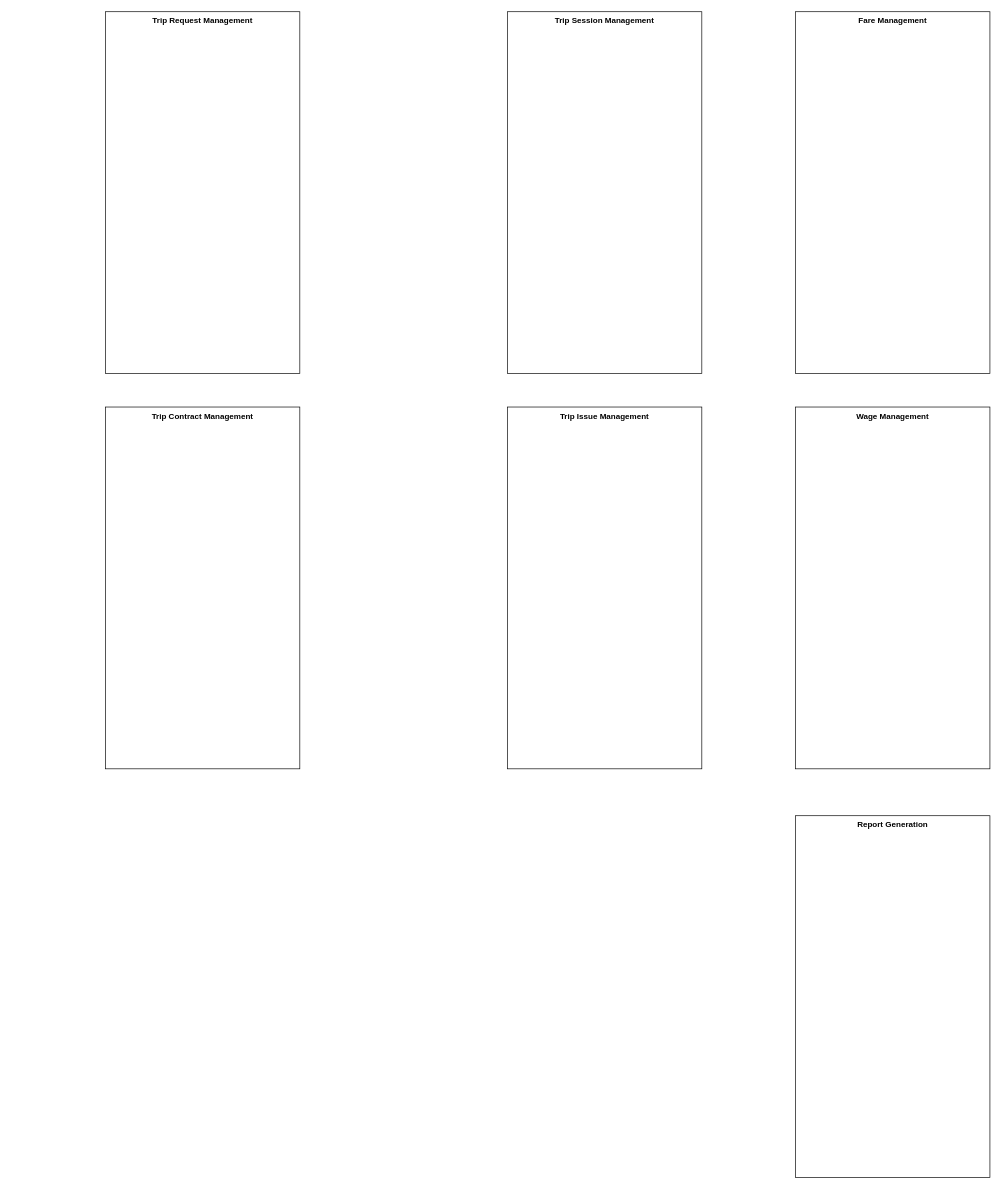
This is page "Page-2" (2 of 2) of Untitled Diagram.drawio from mypark3424/AbstractFactoryChallenge, a draw.io file, before an edit. Source tidied: cells renumbered, new cells numbered last; positions are measured from the earlier drawing's top-left corner, leaving out a move shared by most shapes. Both pictures are drawn from the tidied source at 67%, with x=0, y=0 at pixel (105, 11).
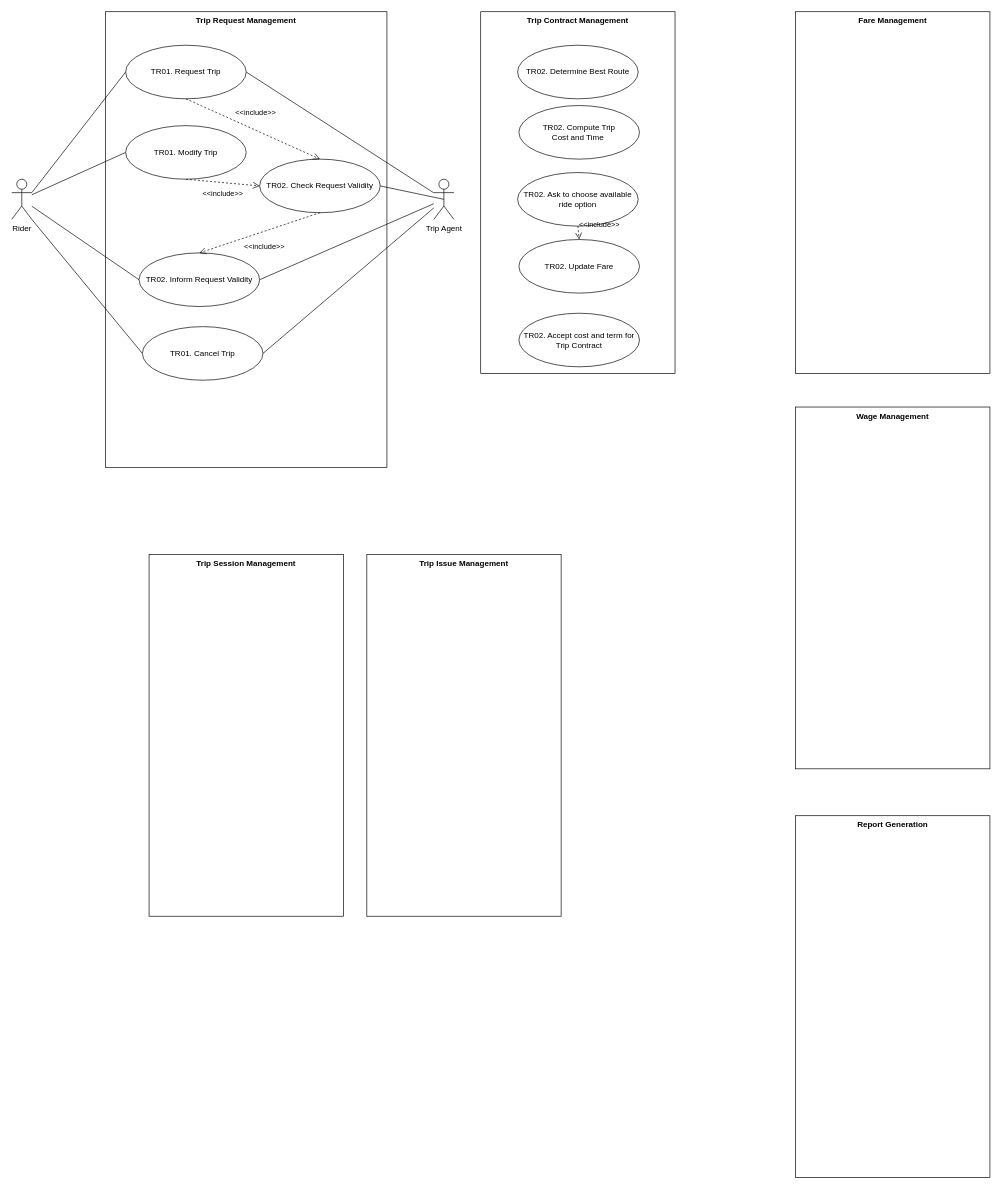
Above is the later version.

Diff of the diagram source:
```diff
@@
     <mxCell id="2" value="&lt;b&gt;Trip Request Management&lt;/b&gt;" style="rounded=0;whiteSpace=wrap;html=1;sketch=0;fillColor=none;verticalAlign=top;" parent="1" vertex="1">
-      <mxGeometry width="290" height="540" as="geometry" />
+      <mxGeometry width="420" height="680" as="geometry" />
     </mxCell>
     <mxCell id="3" value="&lt;b&gt;Trip Contract Management&lt;/b&gt;" style="rounded=0;whiteSpace=wrap;html=1;sketch=0;fillColor=none;verticalAlign=top;" parent="1" vertex="1">
-      <mxGeometry y="590" width="290" height="540" as="geometry" />
+      <mxGeometry x="560" width="290" height="540" as="geometry" />
     </mxCell>
     <mxCell id="4" value="&lt;b&gt;Trip Session Management&lt;/b&gt;" style="rounded=0;whiteSpace=wrap;html=1;sketch=0;fillColor=none;verticalAlign=top;" parent="1" vertex="1">
-      <mxGeometry x="600" width="290" height="540" as="geometry" />
+      <mxGeometry x="65" y="810" width="290" height="540" as="geometry" />
     </mxCell>
     <mxCell id="5" value="&lt;b&gt;Trip Issue Management&lt;/b&gt;" style="rounded=0;whiteSpace=wrap;html=1;sketch=0;fillColor=none;verticalAlign=top;" parent="1" vertex="1">
-      <mxGeometry x="600" y="590" width="290" height="540" as="geometry" />
+      <mxGeometry x="390" y="810" width="290" height="540" as="geometry" />
     </mxCell>
@@
+    <mxCell id="9" style="edgeStyle=none;rounded=0;jettySize=auto;html=1;entryX=0;entryY=0.5;entryDx=0;entryDy=0;endArrow=none;endFill=0;exitX=1;exitY=0.3333333333333333;exitDx=0;exitDy=0;exitPerimeter=0;" parent="1" edge="1" source="11" target="13">
+      <mxGeometry relative="1" as="geometry" />
+    </mxCell>
+    <mxCell id="10" style="edgeStyle=none;rounded=0;jettySize=auto;html=1;exitX=1;exitY=1;exitDx=0;exitDy=0;exitPerimeter=0;entryX=0;entryY=0.5;entryDx=0;entryDy=0;endArrow=none;endFill=0;" parent="1" edge="1" source="11" target="25">
+      <mxGeometry relative="1" as="geometry" />
+    </mxCell>
+    <mxCell id="11" value="Rider" style="shape=umlActor;verticalLabelPosition=bottom;verticalAlign=top;html=1;outlineConnect=0;" parent="1" vertex="1">
+      <mxGeometry x="-140" y="250" width="30" height="60" as="geometry" />
+    </mxCell>
+    <mxCell id="12" style="edgeStyle=none;rounded=0;jettySize=auto;html=1;exitX=1;exitY=0.5;exitDx=0;exitDy=0;endArrow=none;endFill=0;" parent="1" edge="1" source="13" target="14">
+      <mxGeometry relative="1" as="geometry" />
+    </mxCell>
+    <mxCell id="13" value="TR01. Request Trip" style="ellipse;whiteSpace=wrap;html=1;" parent="1" vertex="1">
+      <mxGeometry x="30" y="50" width="180" height="80" as="geometry" />
+    </mxCell>
+    <mxCell id="14" value="Trip Agent" style="shape=umlActor;verticalLabelPosition=bottom;verticalAlign=top;html=1;outlineConnect=0;" parent="1" vertex="1">
+      <mxGeometry x="490" y="250" width="30" height="60" as="geometry" />
+    </mxCell>
+    <mxCell id="15" style="edgeStyle=none;rounded=0;jettySize=auto;html=1;exitX=1;exitY=0.5;exitDx=0;exitDy=0;endArrow=none;endFill=0;" parent="1" edge="1" source="17" target="14">
+      <mxGeometry relative="1" as="geometry" />
+    </mxCell>
+    <mxCell id="16" style="edgeStyle=none;rounded=0;jettySize=auto;html=1;exitX=0;exitY=0.5;exitDx=0;exitDy=0;endArrow=none;endFill=0;" parent="1" edge="1" source="17" target="11">
+      <mxGeometry relative="1" as="geometry" />
+    </mxCell>
+    <mxCell id="17" value="TR02. Inform Request Validity" style="ellipse;whiteSpace=wrap;html=1;" parent="1" vertex="1">
+      <mxGeometry x="50" y="360" width="180" height="80" as="geometry" />
+    </mxCell>
+    <mxCell id="18" style="edgeStyle=none;rounded=0;jettySize=auto;html=1;exitX=1;exitY=0.5;exitDx=0;exitDy=0;endArrow=none;endFill=0;" parent="1" edge="1" source="19">
+      <mxGeometry relative="1" as="geometry">
+        <mxPoint x="505" y="280" as="targetPoint" />
+      </mxGeometry>
+    </mxCell>
+    <mxCell id="19" value="TR02. Check Request Validity" style="ellipse;whiteSpace=wrap;html=1;" parent="1" vertex="1">
+      <mxGeometry x="230" y="220" width="180" height="80" as="geometry" />
+    </mxCell>
+    <mxCell id="20" value="&amp;lt;&amp;lt;include&amp;gt;&amp;gt;" style="endArrow=open;startArrow=none;endFill=0;startFill=0;endSize=8;html=1;verticalAlign=bottom;dashed=1;labelBackgroundColor=none;rounded=0;exitX=0.5;exitY=1;exitDx=0;exitDy=0;entryX=0.5;entryY=0;entryDx=0;entryDy=0;" parent="1" edge="1" source="13" target="19">
+      <mxGeometry x="-0.02" y="16" relative="1" as="geometry" />
+    </mxCell>
+    <mxCell id="21" value="&amp;lt;&amp;lt;include&amp;gt;&amp;gt;" style="endArrow=open;startArrow=none;endFill=0;startFill=0;endSize=8;html=1;verticalAlign=bottom;dashed=1;labelBackgroundColor=none;rounded=0;exitX=0.5;exitY=1;exitDx=0;exitDy=0;entryX=0.5;entryY=0;entryDx=0;entryDy=0;" parent="1" edge="1" source="19" target="17">
+      <mxGeometry x="0.03" y="31" relative="1" as="geometry" />
+    </mxCell>
+    <mxCell id="22" style="edgeStyle=none;rounded=0;jettySize=auto;html=1;exitX=0;exitY=0.5;exitDx=0;exitDy=0;endArrow=none;endFill=0;" parent="1" edge="1" source="23" target="11">
+      <mxGeometry relative="1" as="geometry" />
+    </mxCell>
+    <mxCell id="23" value="TR01. Modify Trip" style="ellipse;whiteSpace=wrap;html=1;" parent="1" vertex="1">
+      <mxGeometry x="30" y="170" width="180" height="80" as="geometry" />
+    </mxCell>
+    <mxCell id="24" style="edgeStyle=none;rounded=0;jettySize=auto;html=1;exitX=1;exitY=0.5;exitDx=0;exitDy=0;endArrow=none;endFill=0;" parent="1" edge="1" source="25" target="14">
+      <mxGeometry relative="1" as="geometry" />
+    </mxCell>
+    <mxCell id="25" value="TR01. Cancel Trip" style="ellipse;whiteSpace=wrap;html=1;" parent="1" vertex="1">
+      <mxGeometry x="55" y="470" width="180" height="80" as="geometry" />
+    </mxCell>
+    <mxCell id="26" value="&amp;lt;&amp;lt;include&amp;gt;&amp;gt;" style="endArrow=open;startArrow=none;endFill=0;startFill=0;endSize=8;html=1;verticalAlign=bottom;dashed=1;labelBackgroundColor=none;rounded=0;exitX=0.5;exitY=1;exitDx=0;exitDy=0;entryX=0;entryY=0.5;entryDx=0;entryDy=0;" parent="1" edge="1" source="23" target="19">
+      <mxGeometry x="0.05" y="-25" relative="1" as="geometry" />
+    </mxCell>
+    <mxCell id="27" value="TR02. Determine Best Route" style="ellipse;whiteSpace=wrap;html=1;" parent="1" vertex="1">
+      <mxGeometry x="615" y="50" width="180" height="80" as="geometry" />
+    </mxCell>
+    <mxCell id="28" value="TR02. Compute Trip &lt;br&gt;Cost and Time&amp;nbsp;" style="ellipse;whiteSpace=wrap;html=1;" parent="1" vertex="1">
+      <mxGeometry x="617" y="140" width="180" height="80" as="geometry" />
+    </mxCell>
+    <mxCell id="29" value="TR02. Ask to choose available ride option" style="ellipse;whiteSpace=wrap;html=1;" parent="1" vertex="1">
+      <mxGeometry x="615" y="240" width="180" height="80" as="geometry" />
+    </mxCell>
+    <mxCell id="30" value="TR02. Accept cost and term for Trip Contract" style="ellipse;whiteSpace=wrap;html=1;" parent="1" vertex="1">
+      <mxGeometry x="617" y="450" width="180" height="80" as="geometry" />
+    </mxCell>
+    <mxCell id="31" value="TR02. Update Fare" style="ellipse;whiteSpace=wrap;html=1;" parent="1" vertex="1">
+      <mxGeometry x="617" y="340" width="180" height="80" as="geometry" />
+    </mxCell>
+    <mxCell id="32" value="&amp;lt;&amp;lt;include&amp;gt;&amp;gt;" style="endArrow=open;startArrow=none;endFill=0;startFill=0;endSize=8;html=1;verticalAlign=bottom;dashed=1;labelBackgroundColor=none;rounded=0;exitX=0.5;exitY=1;exitDx=0;exitDy=0;entryX=0.5;entryY=0;entryDx=0;entryDy=0;" parent="1" edge="1" source="29" target="31">
+      <mxGeometry x="0.03" y="31" relative="1" as="geometry" />
+    </mxCell>
```
